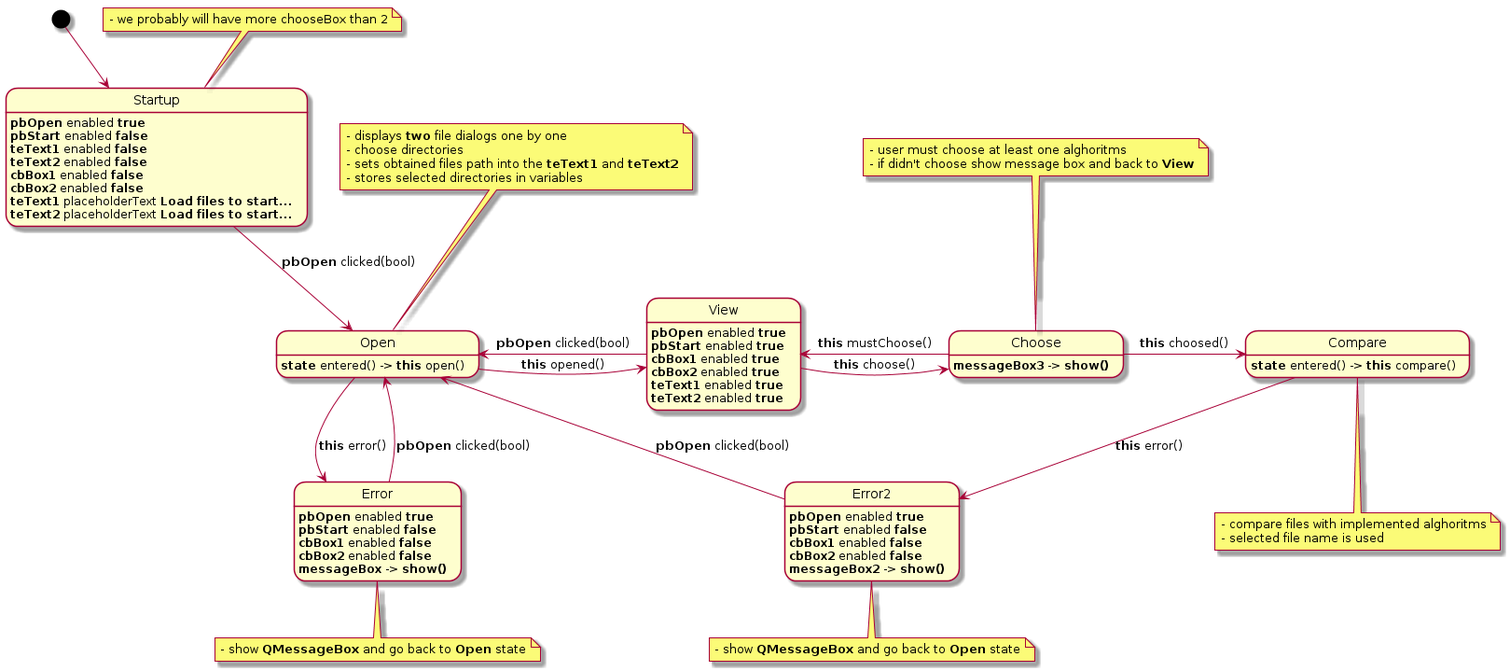
Above: Projekt/uml/interface.png in MichalBernacki/Plagiarism_detection_app (PlantUML), before the change. Its diagram source:
```plantuml
@startuml


        [*] -down-> Startup
        Startup -down-> Open : <b>pbOpen</b> clicked(bool)
        Error -up-> Open : <b>pbOpen</b> clicked(bool)
        Open -right-> View : <b>this</b> opened()
        Open -down-> Error : <b>this</b> error()
        View -left-> Open : <b>pbOpen</b> clicked(bool)
        View -right-> Choose : <b>this</b> choose()
        Choose -left-> View : <b>this</b> mustChoose()
        Choose -right-> Compare : <b>this</b> choosed()
        Compare -down-> Error2 : <b>this</b> error()
        Error2 -up-> Open: <b>pbOpen</b> clicked(bool)

		note top of Startup
            - we probably will have more chooseBox than 2
        end note

        note top of Open
            - displays <b>two</b> file dialogs one by one
            - choose directories
            - sets obtained files path into the <b>teText1</b> and <b>teText2</b>
            - stores selected directories in variables
        end note

		note top of Choose
            - user must choose at least one alghoritms
            - if didn't choose show message box and back to <b>View</b>
        end note

        note bottom of Compare
            - compare files with implemented alghoritms
            - selected file name is used
        end note

        note bottom of Error
            - show <b>QMessageBox</b> and go back to <b>Open</b> state
        end note

        note bottom of Error2
            - show <b>QMessageBox</b> and go back to <b>Open</b> state
        end note

    Startup: <b>pbOpen</b> enabled <b>true</b>
    Startup: <b>pbStart</b> enabled <b>false</b>
    Startup: <b>teText1</b> enabled <b>false</b>
    Startup: <b>teText2</b> enabled <b>false</b>
    Startup: <b>cbBox1</b> enabled <b>false</b>
    Startup: <b>cbBox2</b> enabled <b>false</b>
    Startup: <b>teText1</b> placeholderText <b>Load files to start...</b>
    Startup: <b>teText2</b> placeholderText <b>Load files to start...</b>

    Open: <b>state</b> entered() -> <b>this</b> open()

    View: <b>pbOpen</b> enabled <b>true</b>
    View: <b>pbStart</b> enabled <b>true</b>
    View: <b>cbBox1</b> enabled <b>true</b>
    View: <b>cbBox2</b> enabled <b>true</b>
    View: <b>teText1</b> enabled <b>true</b>
    View: <b>teText2</b> enabled <b>true</b>

    Compare: <b>state</b> entered() -> <b>this</b> compare()

    Choose: <b>messageBox3</b> -> <b>show()</b>

    Error: <b>pbOpen</b> enabled <b>true</b>
    Error: <b>pbStart</b> enabled <b>false</b>
   	Error: <b>cbBox1</b> enabled <b>false</b>
    Error: <b>cbBox2</b> enabled <b>false</b>
    Error: <b>messageBox</b> -> <b>show()</b>

    Error2: <b>pbOpen</b> enabled <b>true</b>
    Error2: <b>pbStart</b> enabled <b>false</b>
    Error2: <b>cbBox1</b> enabled <b>false</b>
    Error2: <b>cbBox2</b> enabled <b>false</b>
    Error2: <b>messageBox2</b> -> <b>show()</b>
@enduml
```
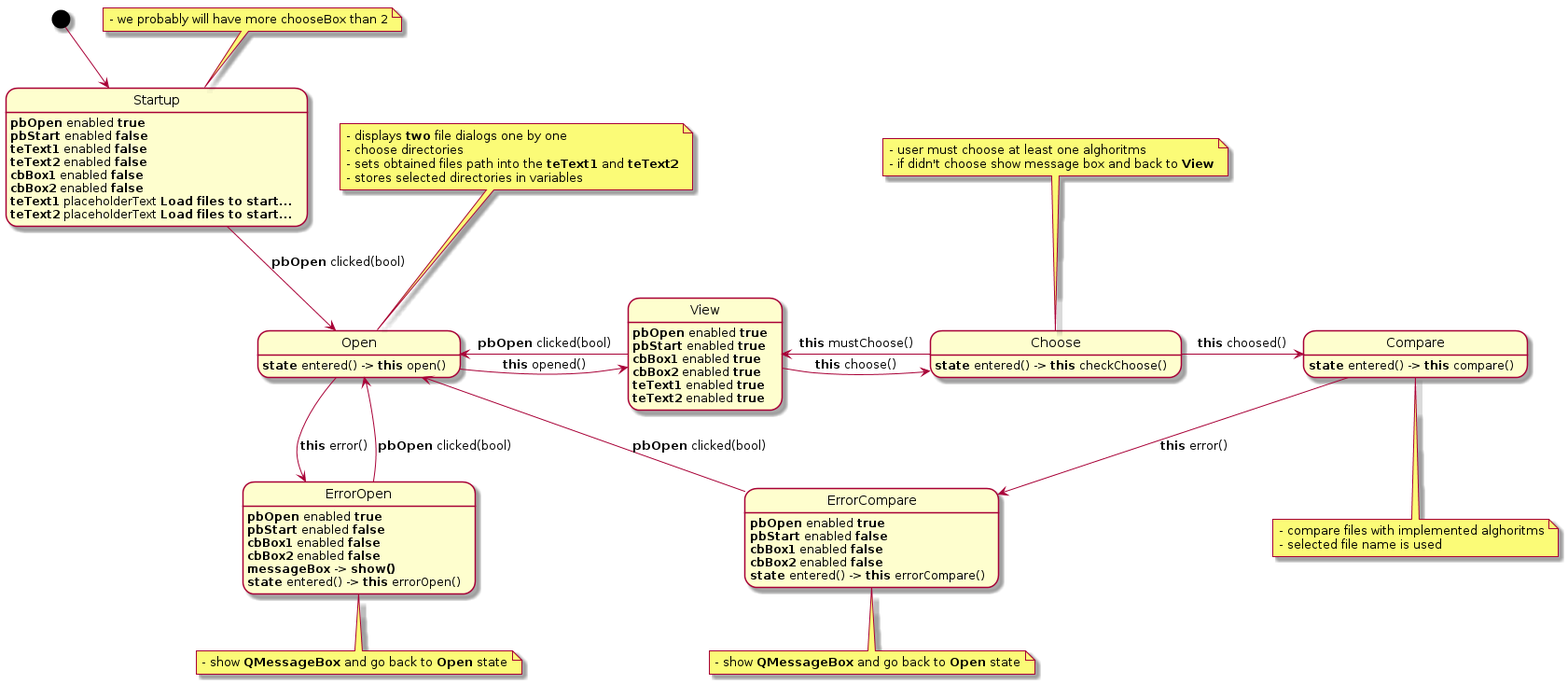
Later version of the same file.

Commit message:
Changes in uml after implementation

Change to the diagram source:
```diff
@@ -1,46 +1,46 @@
 @startuml
 
 
-        [*] -down-> Startup
-        Startup -down-> Open : <b>pbOpen</b> clicked(bool)
-        Error -up-> Open : <b>pbOpen</b> clicked(bool)
-        Open -right-> View : <b>this</b> opened()
-        Open -down-> Error : <b>this</b> error()
-        View -left-> Open : <b>pbOpen</b> clicked(bool)
-        View -right-> Choose : <b>this</b> choose()
-        Choose -left-> View : <b>this</b> mustChoose()
-        Choose -right-> Compare : <b>this</b> choosed()
-        Compare -down-> Error2 : <b>this</b> error()
-        Error2 -up-> Open: <b>pbOpen</b> clicked(bool)
+    [*] -down-> Startup
+    Startup -down-> Open : <b>pbOpen</b> clicked(bool)
+    ErrorOpen -up-> Open : <b>pbOpen</b> clicked(bool)
+    Open -right-> View : <b>this</b> opened()
+    Open -down-> ErrorOpen : <b>this</b> error()
+    View -left-> Open : <b>pbOpen</b> clicked(bool)
+    View -right-> Choose : <b>this</b> choose()
+    Choose -left-> View : <b>this</b> mustChoose()
+    Choose -right-> Compare : <b>this</b> choosed()
+    Compare -down-> ErrorCompare : <b>this</b> error()
+    ErrorCompare -up-> Open: <b>pbOpen</b> clicked(bool)
 
-		note top of Startup
-            - we probably will have more chooseBox than 2
-        end note
+    note top of Startup
+    - we probably will have more chooseBox than 2
+    end note
 
-        note top of Open
-            - displays <b>two</b> file dialogs one by one
-            - choose directories
-            - sets obtained files path into the <b>teText1</b> and <b>teText2</b>
-            - stores selected directories in variables
-        end note
+    note top of Open
+    - displays <b>two</b> file dialogs one by one
+    - choose directories
+    - sets obtained files path into the <b>teText1</b> and <b>teText2</b>
+    - stores selected directories in variables
+    end note
 
-		note top of Choose
-            - user must choose at least one alghoritms
-            - if didn't choose show message box and back to <b>View</b>
-        end note
+    note top of Choose
+    - user must choose at least one alghoritms
+    - if didn't choose show message box and back to <b>View</b>
+    end note
 
-        note bottom of Compare
-            - compare files with implemented alghoritms
-            - selected file name is used
-        end note
+    note bottom of Compare
+    - compare files with implemented alghoritms
+    - selected file name is used
+    end note
 
-        note bottom of Error
-            - show <b>QMessageBox</b> and go back to <b>Open</b> state
-        end note
+    note bottom of ErrorOpen
+    - show <b>QMessageBox</b> and go back to <b>Open</b> state
+    end note
 
-        note bottom of Error2
-            - show <b>QMessageBox</b> and go back to <b>Open</b> state
-        end note
+    note bottom of ErrorCompare
+    - show <b>QMessageBox</b> and go back to <b>Open</b> state
+    end note
 
     Startup: <b>pbOpen</b> enabled <b>true</b>
     Startup: <b>pbStart</b> enabled <b>false</b>
@@ -62,17 +62,19 @@
 
     Compare: <b>state</b> entered() -> <b>this</b> compare()
 
-    Choose: <b>messageBox3</b> -> <b>show()</b>
+    Choose: <b>state</b> entered() -> <b>this</b> checkChoose()
 
-    Error: <b>pbOpen</b> enabled <b>true</b>
-    Error: <b>pbStart</b> enabled <b>false</b>
-   	Error: <b>cbBox1</b> enabled <b>false</b>
-    Error: <b>cbBox2</b> enabled <b>false</b>
-    Error: <b>messageBox</b> -> <b>show()</b>
+    ErrorOpen: <b>pbOpen</b> enabled <b>true</b>
+    ErrorOpen: <b>pbStart</b> enabled <b>false</b>
+    ErrorOpen: <b>cbBox1</b> enabled <b>false</b>
+    ErrorOpen: <b>cbBox2</b> enabled <b>false</b>
+    ErrorOpen: <b>messageBox</b> -> <b>show()</b>
+    ErrorOpen: <b>state</b> entered() -> <b>this</b> errorOpen()
 
-    Error2: <b>pbOpen</b> enabled <b>true</b>
-    Error2: <b>pbStart</b> enabled <b>false</b>
-    Error2: <b>cbBox1</b> enabled <b>false</b>
-    Error2: <b>cbBox2</b> enabled <b>false</b>
-    Error2: <b>messageBox2</b> -> <b>show()</b>
+
+    ErrorCompare: <b>pbOpen</b> enabled <b>true</b>
+    ErrorCompare: <b>pbStart</b> enabled <b>false</b>
+    ErrorCompare: <b>cbBox1</b> enabled <b>false</b>
+    ErrorCompare: <b>cbBox2</b> enabled <b>false</b>
+    ErrorCompare: <b>state</b> entered() -> <b>this</b> errorCompare()
 @enduml
```
